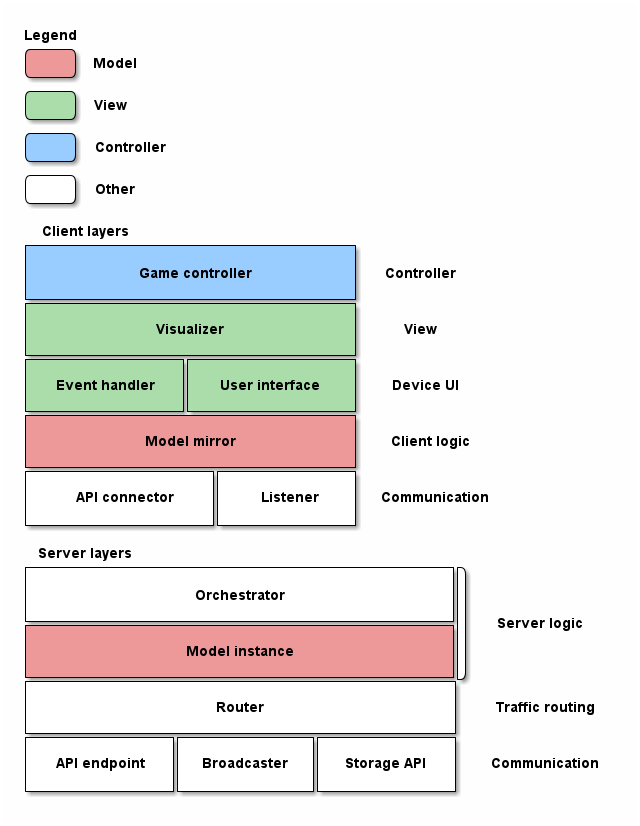
The PlantUML diagram Development/Layered.png in SWA-group-1/PlantUML, before a commit. Its source is kept beside it as Development/Layered.puml.
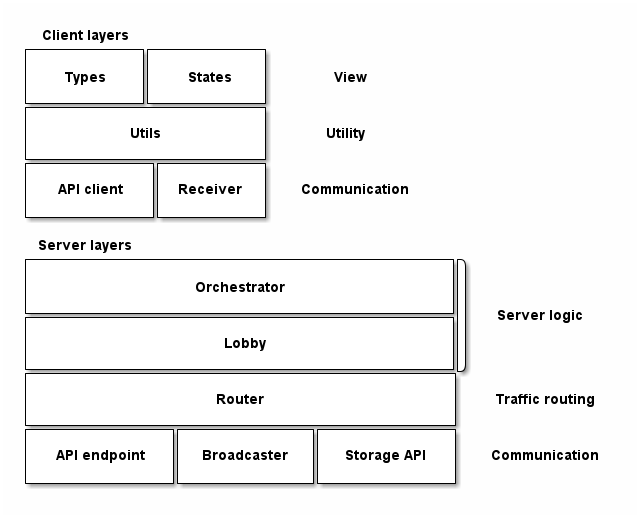
The same diagram one commit later.

Diff of the diagram source:
```diff
@@ -1,42 +1,20 @@
 @startditaa
 'https://plantuml.com/ditaa
 
-Legend
-/----\
-|cE99| Model
-\----/
-/----\
-|cADA| View
-\----/
-/----\
-|c9CF|Controller
-\----/
-/----\
-|    | Other
-\----/
-
 Client layers
-+--------------------------------+
-|c9CF                            |
-|         Game controller        | Controller
-|                                |
-+--------------------------------+
-|cADA                            |
-|           Visualizer           |    View
-|                                |
-+---------------+----------------+
-|cADA           |cADA            |
-| Event handler | User interface |  Device UI
-|               |                |
-+---------------+----------------+
-|cE99                            |
-|          Model mirror          | Client logic
-|                                |
-+------------------+-------------+
-|                  |             |
-|   API connector  |   Listener  | Communication
-|                  |             |
-+------------------+-------------+
++-----------+-----------+
+|           |           |
+|   Types   |   States  |      View
+|           |           |
++-----------+-----------+
+|                       |
+|         Utils         |    Utility
+|                       |
++------------+----------+
+|            |          |
+| API client | Receiver |  Communication
+|            |          |
++------------+----------+
 
 Server layers
 +--------------------+---------------------+\
@@ -44,8 +22,8 @@
 |               Orchestrator               ||
 |                                          ||
 +------------------------------------------+| Server logic
-|cE99                                      ||
-|              Model instance              ||
+|                                          ||
+|                   Lobby                  ||
 |                                          ||
 +------------------------------------------+/
 |                                          |
```
